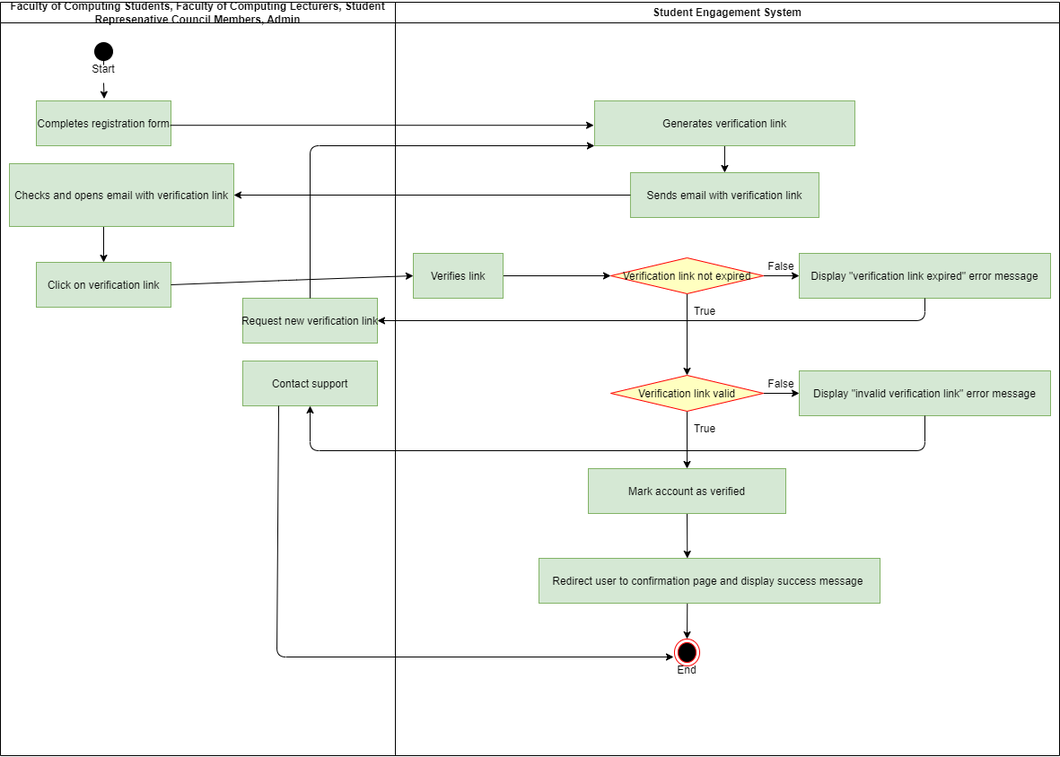
Above: project/drawio/Systema/emailverificationactivitydiagram.png in drshahizan/software-engineering (draw.io), before the change. Source tidied: cells renumbered, new cells last; positions are measured from the earlier drawing's top-left corner, leaving out a move shared by most shapes. Its diagram source:
```xml
<mxGraphModel background="#FFFFFF">
  <root>
    <mxCell id="0" />
    <mxCell id="1" parent="0" />
    <mxCell id="2" value="Faculty of Computing Students, Faculty of Computing Lecturers, Student Represenative Council Members, Admin" style="swimlane;whiteSpace=wrap;fillColor=#FFFFFF;" parent="1" vertex="1">
      <mxGeometry width="440" height="840" as="geometry" />
    </mxCell>
    <mxCell id="3" style="edgeStyle=none;html=1;exitX=0.5;exitY=1;exitDx=0;exitDy=0;entryX=0.504;entryY=-0.048;entryDx=0;entryDy=0;entryPerimeter=0;startArrow=none;" parent="2" edge="1" source="10" target="5">
      <mxGeometry relative="1" as="geometry" />
    </mxCell>
    <mxCell id="4" style="ellipse;shape=startState;fillColor=#000000;strokeColor=#FFFFFF;" parent="2" vertex="1">
      <mxGeometry x="100" y="40" width="30" height="30" as="geometry" />
    </mxCell>
    <mxCell id="5" value="Completes registration form" style="fillColor=#d5e8d4;strokeColor=#82b366;" parent="2" vertex="1">
      <mxGeometry x="40" y="110" width="150" height="50" as="geometry" />
    </mxCell>
    <mxCell id="6" style="edgeStyle=none;html=1;entryX=0.5;entryY=0;entryDx=0;entryDy=0;exitX=0.42;exitY=0.993;exitDx=0;exitDy=0;exitPerimeter=0;" parent="2" edge="1" source="7" target="8">
      <mxGeometry relative="1" as="geometry" />
    </mxCell>
    <mxCell id="7" value="Checks and opens email with verification link" style="fillColor=#d5e8d4;strokeColor=#82b366;" parent="2" vertex="1">
      <mxGeometry x="10" y="180" width="250" height="70" as="geometry" />
    </mxCell>
    <mxCell id="8" value="Click on verification link" style="fillColor=#d5e8d4;strokeColor=#82b366;" parent="2" vertex="1">
      <mxGeometry x="40" y="290" width="150" height="50" as="geometry" />
    </mxCell>
    <mxCell id="9" style="edgeStyle=none;html=1;exitX=0.5;exitY=1;exitDx=0;exitDy=0;entryX=0.504;entryY=-0.048;entryDx=0;entryDy=0;entryPerimeter=0;endArrow=none;" parent="2" edge="1" source="4" target="10">
      <mxGeometry relative="1" as="geometry" />
    </mxCell>
    <mxCell id="10" value="Start" style="text;strokeColor=none;align=center;fillColor=none;html=1;verticalAlign=middle;whiteSpace=wrap;rounded=0;" parent="2" vertex="1">
      <mxGeometry x="85" y="60" width="60" height="30" as="geometry" />
    </mxCell>
    <mxCell id="11" value="Request new verification link" style="fillColor=#d5e8d4;strokeColor=#82b366;" parent="2" vertex="1">
      <mxGeometry x="270" y="330" width="150" height="50" as="geometry" />
    </mxCell>
    <mxCell id="12" value="Contact support" style="fillColor=#d5e8d4;strokeColor=#82b366;" parent="2" vertex="1">
      <mxGeometry x="270" y="400" width="150" height="50" as="geometry" />
    </mxCell>
    <mxCell id="13" value="Student Engagement System" style="swimlane;whiteSpace=wrap;fillColor=#FFFFFF;" parent="1" vertex="1">
      <mxGeometry x="440" width="740" height="840" as="geometry" />
    </mxCell>
    <mxCell id="14" style="edgeStyle=none;html=1;exitX=0.5;exitY=1;exitDx=0;exitDy=0;entryX=0.5;entryY=0;entryDx=0;entryDy=0;" parent="13" edge="1" source="15" target="16">
      <mxGeometry relative="1" as="geometry" />
    </mxCell>
    <mxCell id="15" value="Generates verification link" style="fillColor=#d5e8d4;strokeColor=#82b366;" parent="13" vertex="1">
      <mxGeometry x="221.9" y="110" width="290" height="50" as="geometry" />
    </mxCell>
    <mxCell id="16" value="Sends email with verification link" style="fillColor=#d5e8d4;strokeColor=#82b366;" parent="13" vertex="1">
      <mxGeometry x="261.9" y="190" width="210" height="50" as="geometry" />
    </mxCell>
    <mxCell id="17" style="edgeStyle=none;html=1;exitX=0.5;exitY=1;exitDx=0;exitDy=0;entryX=0.435;entryY=0;entryDx=0;entryDy=0;entryPerimeter=0;" parent="13" edge="1" source="18" target="31">
      <mxGeometry relative="1" as="geometry" />
    </mxCell>
    <mxCell id="18" value="Mark account as verified" style="fillColor=#d5e8d4;strokeColor=#82b366;" parent="13" vertex="1">
      <mxGeometry x="215" y="520" width="220" height="50" as="geometry" />
    </mxCell>
    <mxCell id="19" style="edgeStyle=none;html=1;exitX=1;exitY=0.5;exitDx=0;exitDy=0;entryX=0;entryY=0.5;entryDx=0;entryDy=0;" parent="13" edge="1" source="21" target="22">
      <mxGeometry relative="1" as="geometry" />
    </mxCell>
    <mxCell id="20" style="edgeStyle=none;html=1;exitX=0.5;exitY=1;exitDx=0;exitDy=0;entryX=0.5;entryY=0;entryDx=0;entryDy=0;" parent="13" edge="1" source="21" target="26">
      <mxGeometry relative="1" as="geometry" />
    </mxCell>
    <mxCell id="21" value="Verification link not expired" style="rhombus;fillColor=#ffffc0;strokeColor=#ff0000;" parent="13" vertex="1">
      <mxGeometry x="240" y="285" width="170" height="40" as="geometry" />
    </mxCell>
    <mxCell id="22" value="Display &quot;verification link expired&quot; error message" style="fillColor=#d5e8d4;strokeColor=#82b366;" parent="13" vertex="1">
      <mxGeometry x="450" y="280" width="280" height="50" as="geometry" />
    </mxCell>
    <mxCell id="23" style="edgeStyle=none;html=1;entryX=0.5;entryY=0;entryDx=0;entryDy=0;" parent="13" edge="1">
      <mxGeometry relative="1" as="geometry">
        <mxPoint x="271.9" y="630" as="sourcePoint" />
        <mxPoint x="271.9" y="660" as="targetPoint" />
      </mxGeometry>
    </mxCell>
    <mxCell id="24" style="edgeStyle=none;html=1;exitX=1;exitY=0.5;exitDx=0;exitDy=0;entryX=0;entryY=0.5;entryDx=0;entryDy=0;" parent="13" edge="1" source="26" target="27">
      <mxGeometry relative="1" as="geometry" />
    </mxCell>
    <mxCell id="25" style="edgeStyle=none;html=1;exitX=0.5;exitY=1;exitDx=0;exitDy=0;entryX=0.5;entryY=0;entryDx=0;entryDy=0;" parent="13" edge="1" source="26" target="18">
      <mxGeometry relative="1" as="geometry" />
    </mxCell>
    <mxCell id="26" value="Verification link valid" style="rhombus;fillColor=#ffffc0;strokeColor=#ff0000;" parent="13" vertex="1">
      <mxGeometry x="240" y="416" width="170" height="40" as="geometry" />
    </mxCell>
    <mxCell id="27" value="Display &quot;invalid verification link&quot; error message" style="fillColor=#d5e8d4;strokeColor=#82b366;" parent="13" vertex="1">
      <mxGeometry x="450" y="411" width="280" height="50" as="geometry" />
    </mxCell>
    <mxCell id="28" style="edgeStyle=none;html=1;exitX=1;exitY=0.5;exitDx=0;exitDy=0;entryX=0;entryY=0.5;entryDx=0;entryDy=0;" parent="13" edge="1" source="29" target="21">
      <mxGeometry relative="1" as="geometry" />
    </mxCell>
    <mxCell id="29" value="Verifies link" style="fillColor=#d5e8d4;strokeColor=#82b366;" parent="13" vertex="1">
      <mxGeometry x="20" y="280" width="100" height="50" as="geometry" />
    </mxCell>
    <mxCell id="30" style="edgeStyle=none;html=1;entryX=0.5;entryY=0;entryDx=0;entryDy=0;exitX=0.435;exitY=0.97;exitDx=0;exitDy=0;exitPerimeter=0;" parent="13" edge="1" source="31">
      <mxGeometry relative="1" as="geometry">
        <mxPoint x="325" y="710" as="targetPoint" />
      </mxGeometry>
    </mxCell>
    <mxCell id="31" value="Redirect user to confirmation page and display success message " style="fillColor=#d5e8d4;strokeColor=#82b366;" parent="13" vertex="1">
      <mxGeometry x="160" y="620" width="380" height="50" as="geometry" />
    </mxCell>
    <mxCell id="32" value="False" style="text;strokeColor=none;align=center;fillColor=none;html=1;verticalAlign=middle;whiteSpace=wrap;rounded=0;" parent="13" vertex="1">
      <mxGeometry x="400" y="280" width="60" height="30" as="geometry" />
    </mxCell>
    <mxCell id="33" value="False" style="text;strokeColor=none;align=center;fillColor=none;html=1;verticalAlign=middle;whiteSpace=wrap;rounded=0;" parent="13" vertex="1">
      <mxGeometry x="400" y="411" width="60" height="30" as="geometry" />
    </mxCell>
    <mxCell id="34" value="True&lt;span style=&quot;color: rgba(0, 0, 0, 0); font-family: monospace; font-size: 0px; text-align: start;&quot;&gt;%3CmxGraphModel%3E%3Croot%3E%3CmxCell%20id%3D%220%22%2F%3E%3CmxCell%20id%3D%221%22%20parent%3D%220%22%2F%3E%3CmxCell%20id%3D%222%22%20value%3D%22False%22%20style%3D%22text%3BstrokeColor%3Dnone%3Balign%3Dcenter%3BfillColor%3Dnone%3Bhtml%3D1%3BverticalAlign%3Dmiddle%3BwhiteSpace%3Dwrap%3Brounded%3D0%3B%22%20vertex%3D%221%22%20parent%3D%221%22%3E%3CmxGeometry%20x%3D%22880%22%20y%3D%222781%22%20width%3D%2260%22%20height%3D%2230%22%20as%3D%22geometry%22%2F%3E%3C%2FmxCell%3E%3C%2Froot%3E%3C%2FmxGraphModel%3E&lt;/span&gt;" style="text;strokeColor=none;align=center;fillColor=none;html=1;verticalAlign=middle;whiteSpace=wrap;rounded=0;" parent="13" vertex="1">
      <mxGeometry x="315" y="330" width="60" height="30" as="geometry" />
    </mxCell>
    <mxCell id="35" value="True&lt;span style=&quot;color: rgba(0, 0, 0, 0); font-family: monospace; font-size: 0px; text-align: start;&quot;&gt;%3CmxGraphModel%3E%3Croot%3E%3CmxCell%20id%3D%220%22%2F%3E%3CmxCell%20id%3D%221%22%20parent%3D%220%22%2F%3E%3CmxCell%20id%3D%222%22%20value%3D%22False%22%20style%3D%22text%3BstrokeColor%3Dnone%3Balign%3Dcenter%3BfillColor%3Dnone%3Bhtml%3D1%3BverticalAlign%3Dmiddle%3BwhiteSpace%3Dwrap%3Brounded%3D0%3B%22%20vertex%3D%221%22%20parent%3D%221%22%3E%3CmxGeometry%20x%3D%22880%22%20y%3D%222781%22%20width%3D%2260%22%20height%3D%2230%22%20as%3D%22geometry%22%2F%3E%3C%2FmxCell%3E%3C%2Froot%3E%3C%2FmxGraphModel%3E&lt;/span&gt;" style="text;strokeColor=none;align=center;fillColor=none;html=1;verticalAlign=middle;whiteSpace=wrap;rounded=0;" parent="13" vertex="1">
      <mxGeometry x="315" y="461" width="60" height="30" as="geometry" />
    </mxCell>
    <mxCell id="36" style="ellipse;html=1;shape=endState;fillColor=#000000;strokeColor=#ff0000;" parent="13" vertex="1">
      <mxGeometry x="311" y="710" width="28.1" height="30" as="geometry" />
    </mxCell>
    <mxCell id="37" value="End" style="text;strokeColor=none;align=center;fillColor=none;html=1;verticalAlign=middle;whiteSpace=wrap;rounded=0;" parent="13" vertex="1">
      <mxGeometry x="295" y="730" width="60" height="30" as="geometry" />
    </mxCell>
    <mxCell id="38" style="edgeStyle=none;html=1;exitX=0.995;exitY=0.544;exitDx=0;exitDy=0;entryX=-0.003;entryY=0.544;entryDx=0;entryDy=0;entryPerimeter=0;exitPerimeter=0;" parent="1" edge="1" source="5" target="15">
      <mxGeometry relative="1" as="geometry" />
    </mxCell>
    <mxCell id="39" style="edgeStyle=none;html=1;exitX=0;exitY=0.5;exitDx=0;exitDy=0;entryX=1;entryY=0.5;entryDx=0;entryDy=0;" parent="1" edge="1" source="16" target="7">
      <mxGeometry relative="1" as="geometry" />
    </mxCell>
    <mxCell id="40" style="edgeStyle=none;html=1;exitX=0.5;exitY=0;exitDx=0;exitDy=0;entryX=0;entryY=1;entryDx=0;entryDy=0;" parent="1" edge="1" source="11" target="15">
      <mxGeometry relative="1" as="geometry">
        <Array as="points">
          <mxPoint x="345" y="160" />
        </Array>
      </mxGeometry>
    </mxCell>
    <mxCell id="41" style="edgeStyle=none;html=1;exitX=0.5;exitY=1;exitDx=0;exitDy=0;entryX=1;entryY=0.5;entryDx=0;entryDy=0;" parent="1" edge="1" source="22" target="11">
      <mxGeometry relative="1" as="geometry">
        <Array as="points">
          <mxPoint x="1030" y="355" />
        </Array>
      </mxGeometry>
    </mxCell>
    <mxCell id="42" style="edgeStyle=none;html=1;exitX=0.5;exitY=1;exitDx=0;exitDy=0;entryX=0.5;entryY=1;entryDx=0;entryDy=0;" parent="1" edge="1" source="27" target="12">
      <mxGeometry relative="1" as="geometry">
        <Array as="points">
          <mxPoint x="1030" y="500" />
          <mxPoint x="345" y="500" />
        </Array>
      </mxGeometry>
    </mxCell>
    <mxCell id="43" style="edgeStyle=none;html=1;exitX=1;exitY=0.5;exitDx=0;exitDy=0;entryX=0;entryY=0.5;entryDx=0;entryDy=0;" parent="1" edge="1" source="8" target="29">
      <mxGeometry relative="1" as="geometry">
        <Array as="points">
          <mxPoint x="320" y="310" />
        </Array>
      </mxGeometry>
    </mxCell>
    <mxCell id="44" style="edgeStyle=none;html=1;entryX=0.25;entryY=0;entryDx=0;entryDy=0;" parent="1" edge="1" target="37">
      <mxGeometry relative="1" as="geometry">
        <mxPoint x="310" y="450" as="sourcePoint" />
        <Array as="points">
          <mxPoint x="308" y="730" />
        </Array>
      </mxGeometry>
    </mxCell>
  </root>
</mxGraphModel>
```
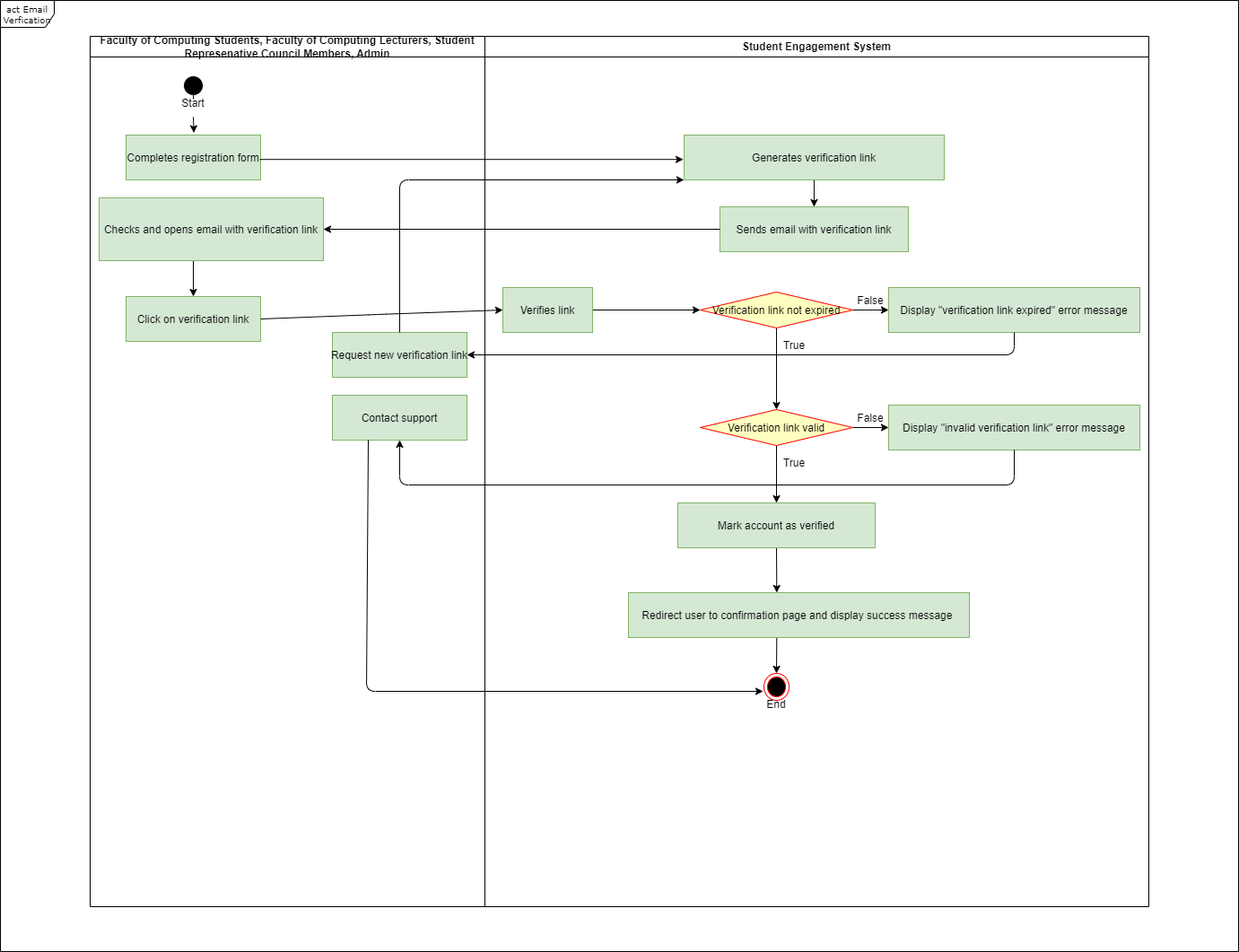
Later version of the same file.

Diff of the diagram source:
```diff
@@ -3,7 +3,7 @@
     <mxCell id="0" />
     <mxCell id="1" parent="0" />
     <mxCell id="2" value="Faculty of Computing Students, Faculty of Computing Lecturers, Student Represenative Council Members, Admin" style="swimlane;whiteSpace=wrap;fillColor=#FFFFFF;" parent="1" vertex="1">
-      <mxGeometry width="440" height="840" as="geometry" />
+      <mxGeometry width="440" height="970" as="geometry" />
     </mxCell>
     <mxCell id="3" style="edgeStyle=none;html=1;exitX=0.5;exitY=1;exitDx=0;exitDy=0;entryX=0.504;entryY=-0.048;entryDx=0;entryDy=0;entryPerimeter=0;startArrow=none;" parent="2" edge="1" source="10" target="5">
       <mxGeometry relative="1" as="geometry" />
@@ -36,7 +36,7 @@
       <mxGeometry x="270" y="400" width="150" height="50" as="geometry" />
     </mxCell>
     <mxCell id="13" value="Student Engagement System" style="swimlane;whiteSpace=wrap;fillColor=#FFFFFF;" parent="1" vertex="1">
-      <mxGeometry x="440" width="740" height="840" as="geometry" />
+      <mxGeometry x="440" width="740" height="970" as="geometry" />
     </mxCell>
     <mxCell id="14" style="edgeStyle=none;html=1;exitX=0.5;exitY=1;exitDx=0;exitDy=0;entryX=0.5;entryY=0;entryDx=0;entryDy=0;" parent="13" edge="1" source="15" target="16">
       <mxGeometry relative="1" as="geometry" />
@@ -158,5 +158,8 @@
         </Array>
       </mxGeometry>
     </mxCell>
+    <mxCell id="45" value="act Email Verfication" style="shape=umlFrame;whiteSpace=wrap;html=1;rounded=0;shadow=0;comic=0;labelBackgroundColor=none;strokeWidth=1;fontFamily=Verdana;fontSize=10;align=center;" parent="1" vertex="1">
+      <mxGeometry x="-100" y="-40" width="1380" height="1060" as="geometry" />
+    </mxCell>
   </root>
 </mxGraphModel>
```
